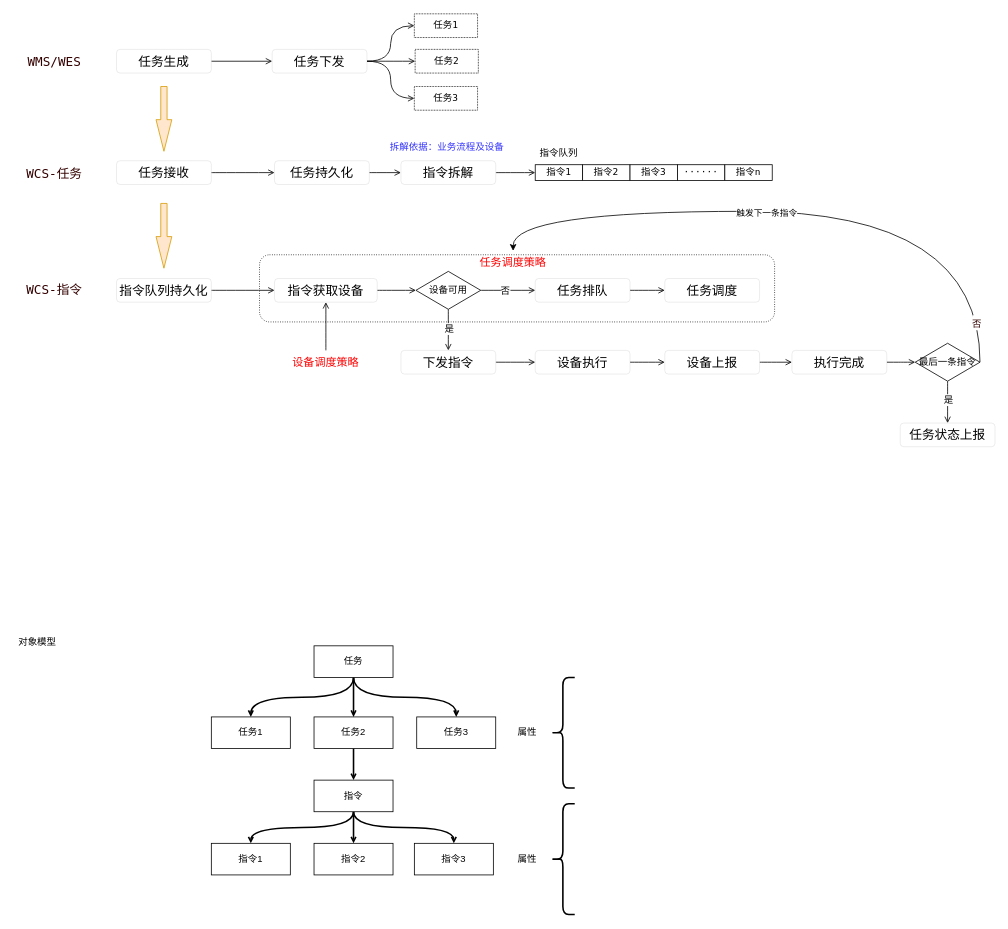
This is wcs核心流程.drawio from xingly/draw.io, a draw.io file, before an edit. Source tidied: cells renumbered, new cells numbered last; positions are measured from the earlier drawing's top-left corner, leaving out a move shared by most shapes. Both pictures are drawn from the tidied source at 79%, with x=0, y=0 at pixel (13, 13).
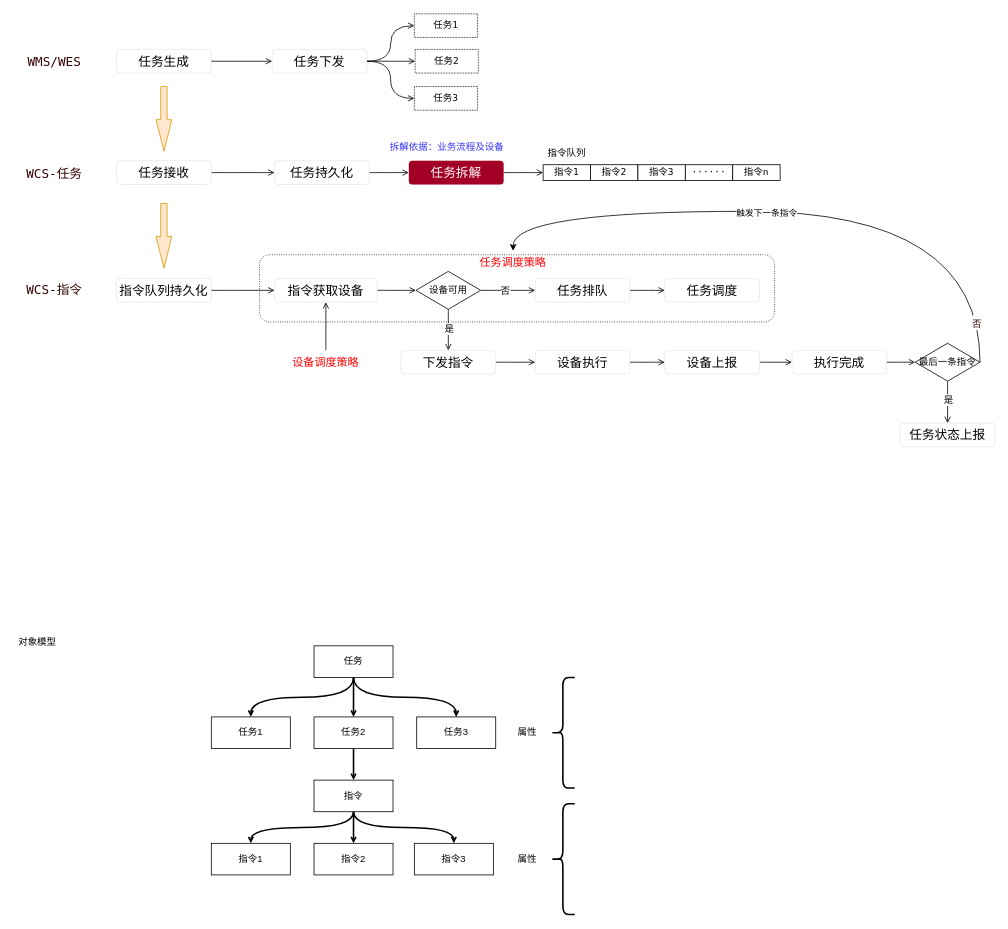
The same page after the edit.

Commit message:
更新wcs核心流程.drawio

The edit, as a diff of the source:
```diff
@@
-    <mxCell id="17" value="&lt;font style=&quot;font-size: 16px;&quot;&gt;指令拆解&lt;/font&gt;" style="rounded=1;whiteSpace=wrap;html=1;verticalAlign=middle;strokeWidth=0;fontFamily=Lucida Console;" parent="1" vertex="1">
-      <mxGeometry x="490" y="186" width="120" height="30" as="geometry" />
+    <mxCell id="17" value="&lt;font style=&quot;font-size: 16px;&quot;&gt;任务拆解&lt;/font&gt;" style="rounded=1;whiteSpace=wrap;html=1;verticalAlign=middle;strokeWidth=0;fontFamily=Lucida Console;fillColor=#a20025;strokeColor=#6F0000;fontColor=#ffffff;" parent="1" vertex="1">
+      <mxGeometry x="500" y="186" width="120" height="30" as="geometry" />
     </mxCell>
     <mxCell id="18" value="&lt;font style=&quot;font-size: 12px;&quot;&gt;指令1&lt;/font&gt;" style="rounded=0;whiteSpace=wrap;html=1;verticalAlign=middle;strokeWidth=1;fontFamily=Lucida Console;" parent="1" vertex="1">
-      <mxGeometry x="660" y="191" width="60" height="20" as="geometry" />
+      <mxGeometry x="670" y="191" width="60" height="20" as="geometry" />
     </mxCell>
     <mxCell id="19" value="&lt;font style=&quot;font-size: 12px;&quot;&gt;指令2&lt;/font&gt;" style="rounded=0;whiteSpace=wrap;html=1;verticalAlign=middle;strokeWidth=1;fontFamily=Lucida Console;" parent="1" vertex="1">
-      <mxGeometry x="720" y="191" width="60" height="20" as="geometry" />
+      <mxGeometry x="730" y="191" width="60" height="20" as="geometry" />
     </mxCell>
     <mxCell id="20" value="&lt;font style=&quot;font-size: 12px;&quot;&gt;指令3&lt;/font&gt;" style="rounded=0;whiteSpace=wrap;html=1;verticalAlign=middle;strokeWidth=1;fontFamily=Lucida Console;" parent="1" vertex="1">
-      <mxGeometry x="780" y="191" width="60" height="20" as="geometry" />
+      <mxGeometry x="790" y="191" width="60" height="20" as="geometry" />
     </mxCell>
     <mxCell id="21" value="&lt;font style=&quot;font-size: 12px;&quot;&gt;······&lt;/font&gt;" style="rounded=0;whiteSpace=wrap;html=1;verticalAlign=middle;strokeWidth=1;fontFamily=Lucida Console;" parent="1" vertex="1">
-      <mxGeometry x="840" y="191" width="60" height="20" as="geometry" />
+      <mxGeometry x="850" y="191" width="60" height="20" as="geometry" />
     </mxCell>
     <mxCell id="22" value="&lt;font style=&quot;font-size: 12px;&quot;&gt;指令n&lt;/font&gt;" style="rounded=0;whiteSpace=wrap;html=1;verticalAlign=middle;strokeWidth=1;fontFamily=Lucida Console;" parent="1" vertex="1">
-      <mxGeometry x="900" y="191" width="60" height="20" as="geometry" />
+      <mxGeometry x="910" y="191" width="60" height="20" as="geometry" />
     </mxCell>
     <mxCell id="23" value="指令队列" style="text;html=1;strokeColor=none;fillColor=none;align=center;verticalAlign=middle;whiteSpace=wrap;rounded=0;strokeWidth=1;fontFamily=Lucida Console;fontSize=12;" parent="1" vertex="1">
-      <mxGeometry x="660" y="161" width="60" height="30" as="geometry" />
+      <mxGeometry x="670" y="161" width="60" height="30" as="geometry" />
     </mxCell>
```
